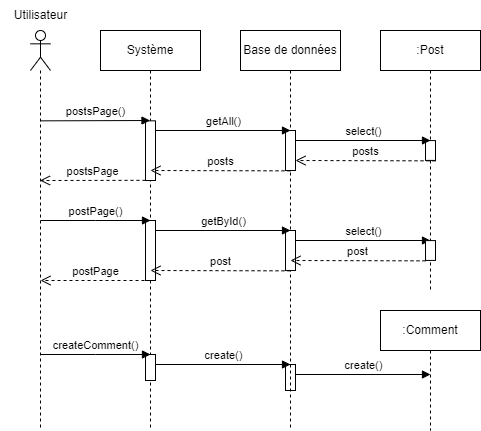
Before: diagrammes/séquences/2-Création d'un commentaire.png, a diagram exported from draw.io (Simoncharbonnier/OCP5). Source tidied: cells renumbered, new cells last; positions are measured from the earlier drawing's top-left corner, leaving out a move shared by most shapes.
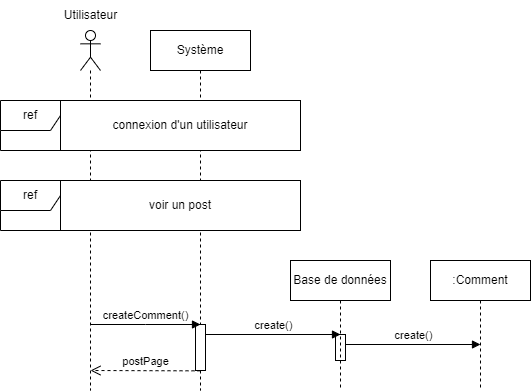
The same file after the commit.

What changed in the source:
```diff
@@ -3,137 +3,60 @@
     <mxCell id="0" />
     <mxCell id="1" parent="0" />
     <mxCell id="2" style="shape=umlLifeline;perimeter=lifelinePerimeter;whiteSpace=wrap;html=1;newEdgeStyle={&quot;edgeStyle&quot;:&quot;elbowEdgeStyle&quot;,&quot;elbow&quot;:&quot;vertical&quot;,&quot;curved&quot;:0,&quot;rounded&quot;:0};participant=umlActor;" parent="1" vertex="1">
-      <mxGeometry x="30" y="30" width="20" height="400" as="geometry" />
+      <mxGeometry x="30" y="30" width="20" height="360" as="geometry" />
     </mxCell>
     <mxCell id="3" value="Utilisateur" style="text;html=1;align=center;verticalAlign=middle;strokeColor=none;fillColor=none;" parent="1" vertex="1">
       <mxGeometry width="80" height="30" as="geometry" />
     </mxCell>
     <mxCell id="4" value="Système" style="shape=umlLifeline;perimeter=lifelinePerimeter;whiteSpace=wrap;html=1;newEdgeStyle={&quot;edgeStyle&quot;:&quot;elbowEdgeStyle&quot;,&quot;elbow&quot;:&quot;vertical&quot;,&quot;curved&quot;:0,&quot;rounded&quot;:0};" parent="1" vertex="1">
-      <mxGeometry x="100" y="30" width="100" height="400" as="geometry" />
+      <mxGeometry x="100" y="30" width="100" height="360" as="geometry" />
     </mxCell>
-    <mxCell id="5" style="html=1;points=[];perimeter=orthogonalPerimeter;outlineConnect=0;targetShapes=umlLifeline;portConstraint=eastwest;newEdgeStyle={&quot;edgeStyle&quot;:&quot;elbowEdgeStyle&quot;,&quot;elbow&quot;:&quot;vertical&quot;,&quot;curved&quot;:0,&quot;rounded&quot;:0};" parent="4" vertex="1">
-      <mxGeometry x="45" y="90.3" width="10" height="59.7" as="geometry" />
-    </mxCell>
-    <mxCell id="6" style="html=1;perimeter=orthogonalPerimeter;targetShapes=umlLifeline;newEdgeStyle={&quot;edgeStyle&quot;:&quot;elbowEdgeStyle&quot;,&quot;elbow&quot;:&quot;vertical&quot;,&quot;curved&quot;:0,&quot;rounded&quot;:0};" parent="4" vertex="1">
-      <mxGeometry x="45" y="190" width="10" height="60" as="geometry" />
-    </mxCell>
     <mxCell id="7" style="html=1;perimeter=orthogonalPerimeter;targetShapes=umlLifeline;newEdgeStyle={&quot;edgeStyle&quot;:&quot;elbowEdgeStyle&quot;,&quot;elbow&quot;:&quot;vertical&quot;,&quot;curved&quot;:0,&quot;rounded&quot;:0};" parent="4" vertex="1">
-      <mxGeometry x="45" y="324" width="10" height="26" as="geometry" />
+      <mxGeometry x="45" y="294" width="10" height="46" as="geometry" />
     </mxCell>
     <mxCell id="8" style="html=1;points=[];perimeter=orthogonalPerimeter;outlineConnect=0;targetShapes=umlLifeline;portConstraint=eastwest;newEdgeStyle={&quot;edgeStyle&quot;:&quot;elbowEdgeStyle&quot;,&quot;elbow&quot;:&quot;vertical&quot;,&quot;curved&quot;:0,&quot;rounded&quot;:0};" parent="4" vertex="1">
-      <mxGeometry x="185" y="334" width="10" height="26" as="geometry" />
+      <mxGeometry x="185" y="304" width="10" height="26" as="geometry" />
     </mxCell>
     <mxCell id="9" value="create()" style="html=1;verticalAlign=bottom;endArrow=block;edgeStyle=elbowEdgeStyle;elbow=vertical;curved=0;rounded=0;" parent="4" edge="1">
       <mxGeometry x="0.01" relative="1" as="geometry">
-        <mxPoint x="55" y="334" as="sourcePoint" />
-        <mxPoint x="190" y="334" as="targetPoint" />
+        <mxPoint x="55" y="304" as="sourcePoint" />
+        <mxPoint x="190" y="304" as="targetPoint" />
       </mxGeometry>
     </mxCell>
     <mxCell id="10" value="create()" style="html=1;verticalAlign=bottom;endArrow=block;edgeStyle=elbowEdgeStyle;elbow=vertical;curved=0;rounded=0;" parent="4" edge="1" source="8">
       <mxGeometry relative="1" as="geometry">
-        <mxPoint x="330" y="344" as="targetPoint" />
+        <mxPoint x="330" y="314" as="targetPoint" />
       </mxGeometry>
     </mxCell>
     <mxCell id="11" value="createComment()" style="html=1;verticalAlign=bottom;endArrow=block;edgeStyle=elbowEdgeStyle;elbow=vertical;curved=0;rounded=0;" parent="4" edge="1">
       <mxGeometry relative="1" as="geometry">
-        <mxPoint x="-60" y="324" as="sourcePoint" />
-        <mxPoint x="50" y="324" as="targetPoint" />
+        <mxPoint x="-60" y="294" as="sourcePoint" />
+        <mxPoint x="50" y="294" as="targetPoint" />
       </mxGeometry>
     </mxCell>
     <mxCell id="12" value="Base de données" style="shape=umlLifeline;perimeter=lifelinePerimeter;whiteSpace=wrap;html=1;newEdgeStyle={&quot;edgeStyle&quot;:&quot;elbowEdgeStyle&quot;,&quot;elbow&quot;:&quot;vertical&quot;,&quot;curved&quot;:0,&quot;rounded&quot;:0};" parent="1" vertex="1">
-      <mxGeometry x="240" y="30" width="100" height="400" as="geometry" />
+      <mxGeometry x="240" y="260" width="100" height="130" as="geometry" />
     </mxCell>
-    <mxCell id="13" style="html=1;points=[];perimeter=orthogonalPerimeter;outlineConnect=0;targetShapes=umlLifeline;portConstraint=eastwest;newEdgeStyle={&quot;edgeStyle&quot;:&quot;elbowEdgeStyle&quot;,&quot;elbow&quot;:&quot;vertical&quot;,&quot;curved&quot;:0,&quot;rounded&quot;:0};" parent="12" vertex="1">
-      <mxGeometry x="45" y="100" width="10" height="40" as="geometry" />
-    </mxCell>
-    <mxCell id="14" style="html=1;points=[];perimeter=orthogonalPerimeter;outlineConnect=0;targetShapes=umlLifeline;portConstraint=eastwest;newEdgeStyle={&quot;edgeStyle&quot;:&quot;elbowEdgeStyle&quot;,&quot;elbow&quot;:&quot;vertical&quot;,&quot;curved&quot;:0,&quot;rounded&quot;:0};" parent="12" vertex="1">
-      <mxGeometry x="45" y="200" width="10" height="40" as="geometry" />
-    </mxCell>
-    <mxCell id="15" value="getById()" style="html=1;verticalAlign=bottom;endArrow=block;edgeStyle=elbowEdgeStyle;elbow=vertical;curved=0;rounded=0;" parent="12" edge="1">
-      <mxGeometry x="0.01" relative="1" as="geometry">
-        <mxPoint x="-85" y="200" as="sourcePoint" />
-        <mxPoint x="50" y="200" as="targetPoint" />
-      </mxGeometry>
-    </mxCell>
-    <mxCell id="16" value="select()" style="html=1;verticalAlign=bottom;endArrow=block;edgeStyle=elbowEdgeStyle;elbow=vertical;curved=0;rounded=0;" parent="12" edge="1" source="14">
-      <mxGeometry relative="1" as="geometry">
-        <mxPoint x="190" y="210" as="targetPoint" />
-      </mxGeometry>
-    </mxCell>
-    <mxCell id="17" value="post" style="html=1;verticalAlign=bottom;endArrow=open;dashed=1;endSize=8;edgeStyle=elbowEdgeStyle;elbow=vertical;curved=0;rounded=0;" parent="12" edge="1">
-      <mxGeometry relative="1" as="geometry">
-        <mxPoint x="185" y="230.3" as="sourcePoint" />
-        <mxPoint x="50" y="230" as="targetPoint" />
-      </mxGeometry>
-    </mxCell>
-    <mxCell id="18" value="post" style="html=1;verticalAlign=bottom;endArrow=open;dashed=1;endSize=8;edgeStyle=elbowEdgeStyle;elbow=vertical;curved=0;rounded=0;" parent="12" edge="1">
-      <mxGeometry relative="1" as="geometry">
-        <mxPoint x="50" y="240.3" as="sourcePoint" />
-        <mxPoint x="-90" y="240" as="targetPoint" />
-      </mxGeometry>
-    </mxCell>
-    <mxCell id="19" value="postsPage()" style="html=1;verticalAlign=bottom;endArrow=block;edgeStyle=elbowEdgeStyle;elbow=vertical;curved=0;rounded=0;" parent="1" edge="1">
-      <mxGeometry relative="1" as="geometry">
-        <mxPoint x="40" y="120.3" as="sourcePoint" />
-        <mxPoint x="149.5" y="120.2" as="targetPoint" />
-      </mxGeometry>
-    </mxCell>
-    <mxCell id="20" value="postsPage" style="html=1;verticalAlign=bottom;endArrow=open;dashed=1;endSize=8;edgeStyle=elbowEdgeStyle;elbow=vertical;curved=0;rounded=0;" parent="1" edge="1">
-      <mxGeometry relative="1" as="geometry">
-        <mxPoint x="145" y="179.8" as="sourcePoint" />
-        <mxPoint x="39.5" y="179.5" as="targetPoint" />
-      </mxGeometry>
-    </mxCell>
-    <mxCell id="21" value="postPage()" style="html=1;verticalAlign=bottom;endArrow=block;edgeStyle=elbowEdgeStyle;elbow=vertical;curved=0;rounded=0;" parent="1" edge="1">
-      <mxGeometry relative="1" as="geometry">
-        <mxPoint x="40" y="220" as="sourcePoint" />
-        <mxPoint x="150" y="220" as="targetPoint" />
-      </mxGeometry>
-    </mxCell>
-    <mxCell id="22" value=":Post" style="shape=umlLifeline;perimeter=lifelinePerimeter;whiteSpace=wrap;html=1;newEdgeStyle={&quot;edgeStyle&quot;:&quot;elbowEdgeStyle&quot;,&quot;elbow&quot;:&quot;vertical&quot;,&quot;curved&quot;:0,&quot;rounded&quot;:0};" parent="1" vertex="1">
-      <mxGeometry x="380" y="30" width="100" height="260" as="geometry" />
-    </mxCell>
-    <mxCell id="23" style="html=1;perimeter=orthogonalPerimeter;targetShapes=umlLifeline;newEdgeStyle={&quot;edgeStyle&quot;:&quot;elbowEdgeStyle&quot;,&quot;elbow&quot;:&quot;vertical&quot;,&quot;curved&quot;:0,&quot;rounded&quot;:0};" parent="22" vertex="1">
-      <mxGeometry x="45" y="110.1" width="10" height="19.8" as="geometry" />
-    </mxCell>
-    <mxCell id="24" style="html=1;perimeter=orthogonalPerimeter;targetShapes=umlLifeline;newEdgeStyle={&quot;edgeStyle&quot;:&quot;elbowEdgeStyle&quot;,&quot;elbow&quot;:&quot;vertical&quot;,&quot;curved&quot;:0,&quot;rounded&quot;:0};" parent="22" vertex="1">
-      <mxGeometry x="45" y="210.1" width="10" height="19.8" as="geometry" />
-    </mxCell>
+    <mxCell id="30" value=":Comment" style="shape=umlLifeline;perimeter=lifelinePerimeter;whiteSpace=wrap;html=1;newEdgeStyle={&quot;edgeStyle&quot;:&quot;elbowEdgeStyle&quot;,&quot;elbow&quot;:&quot;vertical&quot;,&quot;curved&quot;:0,&quot;rounded&quot;:0};" parent="1" vertex="1">
+      <mxGeometry x="380" y="260" width="100" height="130" as="geometry" />
+    </mxCell>
+    <mxCell id="31" value="ref" style="shape=umlFrame;whiteSpace=wrap;html=1;labelBackgroundColor=default;fontStyle=0;shadow=0;perimeterSpacing=0;" parent="1" vertex="1">
+      <mxGeometry x="-50" y="100" width="300" height="50" as="geometry" />
+    </mxCell>
+    <mxCell id="32" value="connexion d'un utilisateur" style="text;html=1;strokeColor=default;fillColor=default;align=center;verticalAlign=middle;whiteSpace=wrap;rounded=0;" parent="1" vertex="1">
+      <mxGeometry x="10" y="100" width="240" height="50" as="geometry" />
+    </mxCell>
+    <mxCell id="33" value="ref" style="shape=umlFrame;whiteSpace=wrap;html=1;labelBackgroundColor=default;fontStyle=0;shadow=0;perimeterSpacing=0;" parent="1" vertex="1">
+      <mxGeometry x="-50" y="180" width="300" height="50" as="geometry" />
+    </mxCell>
+    <mxCell id="34" value="voir un post" style="text;html=1;strokeColor=default;fillColor=default;align=center;verticalAlign=middle;whiteSpace=wrap;rounded=0;" parent="1" vertex="1">
+      <mxGeometry x="10" y="180" width="240" height="50" as="geometry" />
+    </mxCell>
     <mxCell id="25" value="postPage" style="html=1;verticalAlign=bottom;endArrow=open;dashed=1;endSize=8;edgeStyle=elbowEdgeStyle;elbow=vertical;curved=0;rounded=0;" parent="1" edge="1">
       <mxGeometry relative="1" as="geometry">
-        <mxPoint x="150" y="280" as="sourcePoint" />
-        <mxPoint x="40" y="280" as="targetPoint" />
-        <Array as="points">
-          <mxPoint x="120" y="280" />
-        </Array>
+        <mxPoint x="150" y="370.3" as="sourcePoint" />
+        <mxPoint x="40" y="370" as="targetPoint" />
       </mxGeometry>
     </mxCell>
-    <mxCell id="26" value="getAll()" style="html=1;verticalAlign=bottom;endArrow=block;edgeStyle=elbowEdgeStyle;elbow=vertical;curved=0;rounded=0;" parent="1" edge="1" source="5">
-      <mxGeometry relative="1" as="geometry">
-        <mxPoint x="290" y="130" as="targetPoint" />
-        <Array as="points">
-          <mxPoint x="290" y="130" />
-        </Array>
-      </mxGeometry>
-    </mxCell>
-    <mxCell id="27" value="posts" style="html=1;verticalAlign=bottom;endArrow=open;dashed=1;endSize=8;edgeStyle=elbowEdgeStyle;elbow=vertical;curved=0;rounded=0;" parent="1" edge="1">
-      <mxGeometry relative="1" as="geometry">
-        <mxPoint x="290" y="170.3" as="sourcePoint" />
-        <mxPoint x="150" y="170" as="targetPoint" />
-      </mxGeometry>
-    </mxCell>
-    <mxCell id="28" value="select()" style="html=1;verticalAlign=bottom;endArrow=block;edgeStyle=elbowEdgeStyle;elbow=vertical;curved=0;rounded=0;" parent="1" edge="1" source="13">
-      <mxGeometry relative="1" as="geometry">
-        <mxPoint x="430" y="140" as="targetPoint" />
-      </mxGeometry>
-    </mxCell>
-    <mxCell id="29" value="posts" style="html=1;verticalAlign=bottom;endArrow=open;dashed=1;endSize=8;edgeStyle=elbowEdgeStyle;elbow=vertical;curved=0;rounded=0;" parent="1" edge="1" target="13">
-      <mxGeometry relative="1" as="geometry">
-        <mxPoint x="435" y="160.3" as="sourcePoint" />
-      </mxGeometry>
-    </mxCell>
-    <mxCell id="30" value=":Comment" style="shape=umlLifeline;perimeter=lifelinePerimeter;whiteSpace=wrap;html=1;newEdgeStyle={&quot;edgeStyle&quot;:&quot;elbowEdgeStyle&quot;,&quot;elbow&quot;:&quot;vertical&quot;,&quot;curved&quot;:0,&quot;rounded&quot;:0};" parent="1" vertex="1">
-      <mxGeometry x="380" y="310" width="100" height="120" as="geometry" />
-    </mxCell>
   </root>
 </mxGraphModel>
```
